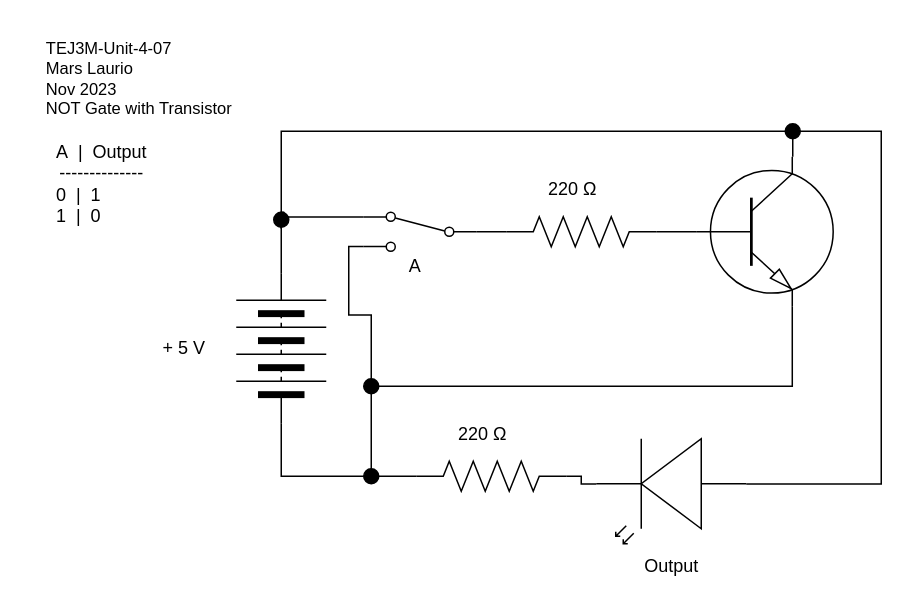
Before: Unit4-07/TEJ3M-Unit-4-07.drawio in Mars-Laurio/TEJ3M-Unit4, a draw.io diagram. Source tidied: cells renumbered, new cells numbered last; positions are measured from the earlier drawing's top-left corner, leaving out a move shared by most shapes. Both pictures are drawn from the tidied source at 150%, with x=0, y=0 at pixel (26, 26).
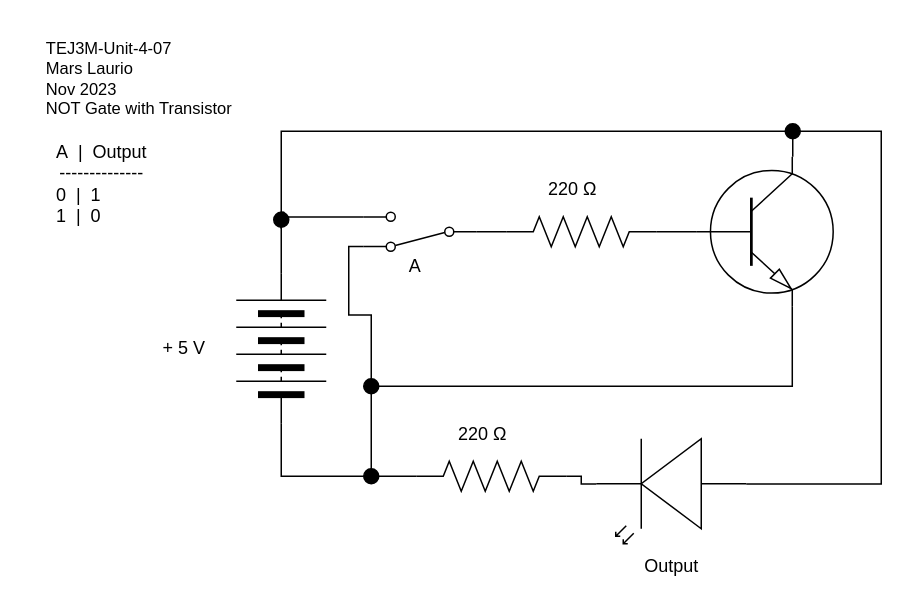
Above is the later version.

Change to the diagram source:
```diff
@@
-    <mxCell id="15" style="shape=mxgraph.electrical.electro-mechanical.twoWaySwitch;elSwitchState=2;rotation=-180;flipV=1;" parent="1" vertex="1">
+    <mxCell id="15" style="shape=mxgraph.electrical.electro-mechanical.twoWaySwitch;elSwitchState=2;rotation=-180;flipV=0;" parent="1" vertex="1">
       <mxGeometry x="225" y="124" width="75" height="26" as="geometry" />
     </mxCell>
```
